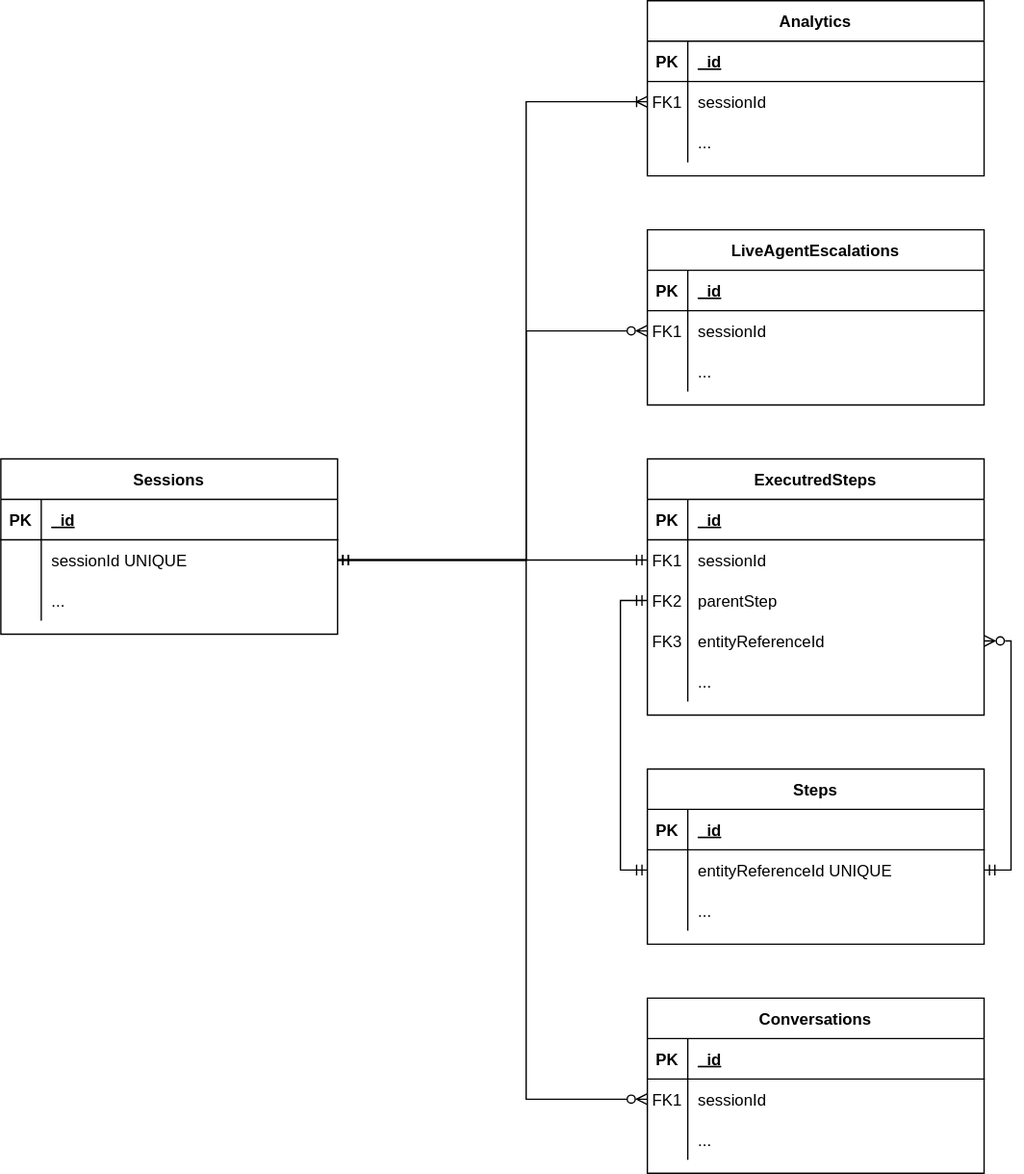
The draw.io diagram docs/en/docs/ai/tools/images/insights-odata-entities.drawio.svg in Cognigy/Documentation, before a commit. Source tidied: cells renumbered, new cells last; positions are measured from the earlier drawing's top-left corner, leaving out a move shared by most shapes.
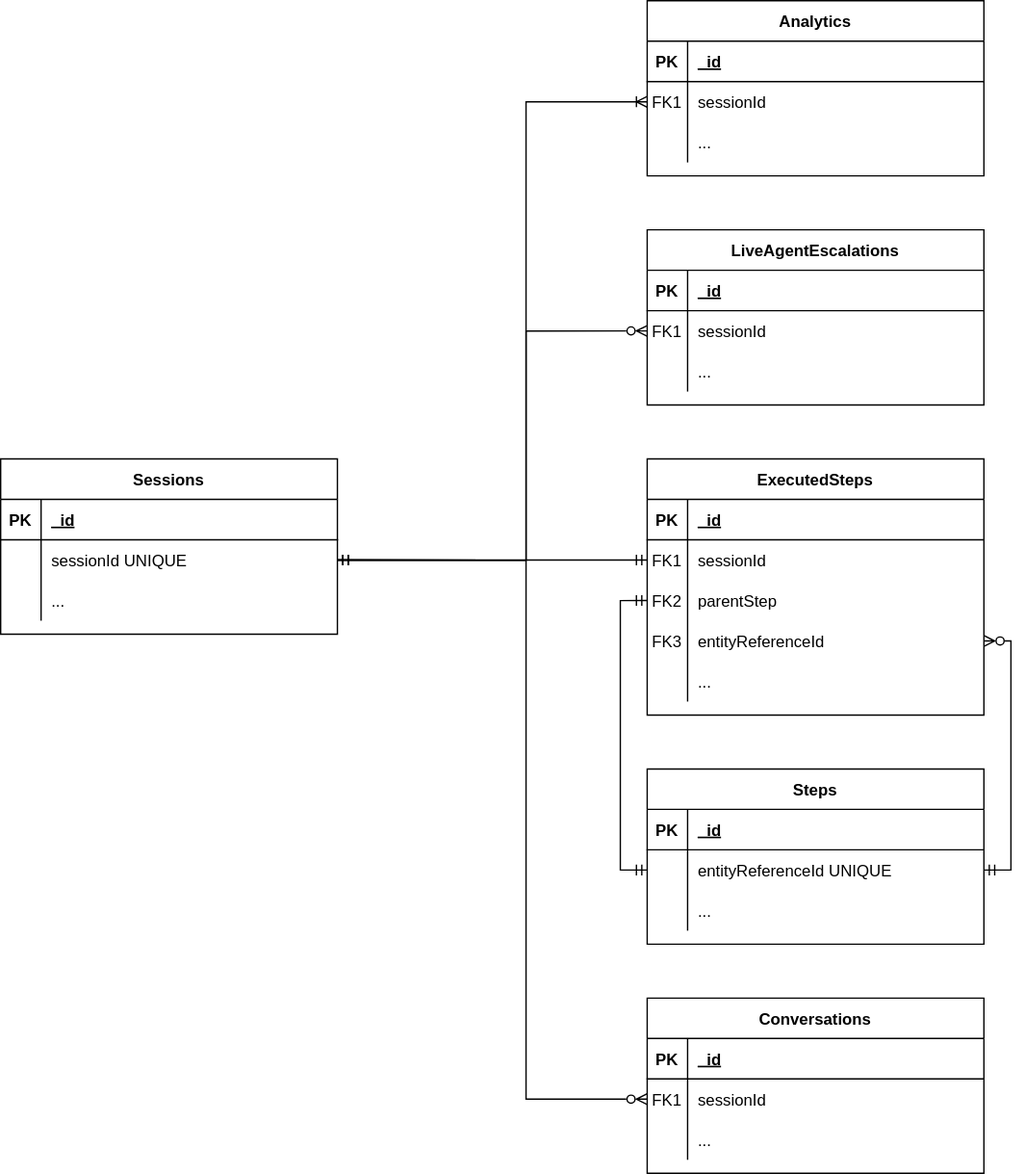
Later version of the same file.

The edit, as a diff of the source:
```diff
@@ -95,7 +95,7 @@
     <mxCell id="32" style="edgeStyle=orthogonalEdgeStyle;rounded=0;jettySize=auto;html=1;exitX=0;exitY=0.5;exitDx=0;exitDy=0;endArrow=ERmandOne;endFill=0;startArrow=ERmandOne;startFill=0;" parent="1" edge="1" source="37" target="67">
       <mxGeometry relative="1" as="geometry" />
     </mxCell>
-    <mxCell id="33" value="ExecutredSteps" style="shape=table;startSize=30;rowLines=0;fontStyle=1;align=center;" parent="1" vertex="1">
+    <mxCell id="33" value="ExecutedSteps" style="shape=table;startSize=30;rowLines=0;fontStyle=1;align=center;" parent="1" vertex="1">
       <mxGeometry x="480" y="340" width="250" height="190" as="geometry" />
     </mxCell>
     <mxCell id="34" style="shape=partialRectangle;fillColor=none;top=0;left=0;right=0;bottom=1;" parent="33" vertex="1">
```
